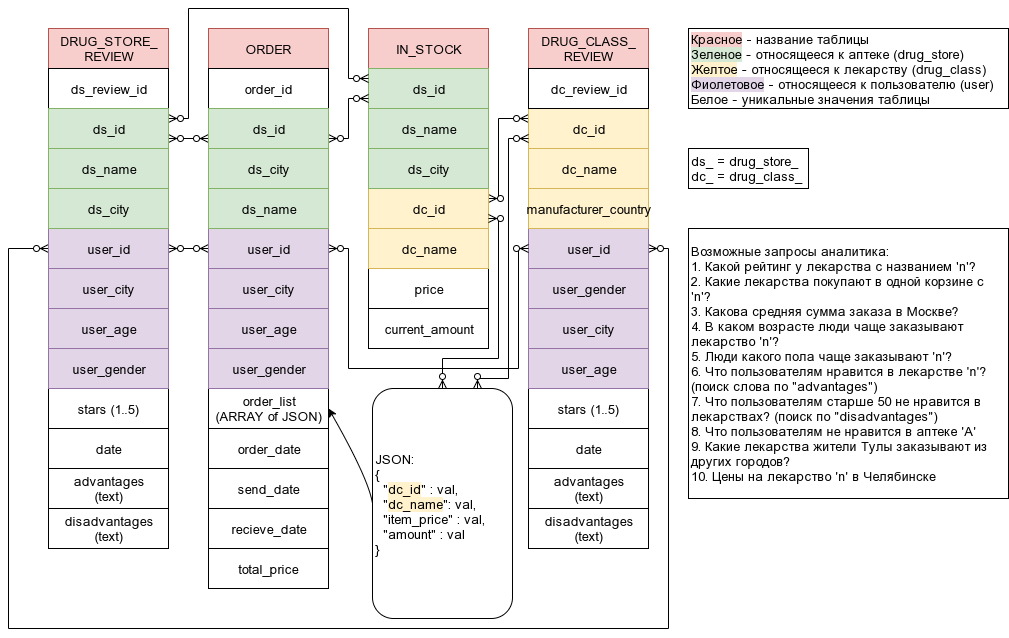
lebedev-nikita/SQL_homework keeps this draw.io diagram as Homework/Drug_store_v3.png. Above is the earlier version. Source tidied: cells renumbered, new cells last; positions are measured from the earlier drawing's top-left corner, leaving out a move shared by most shapes.
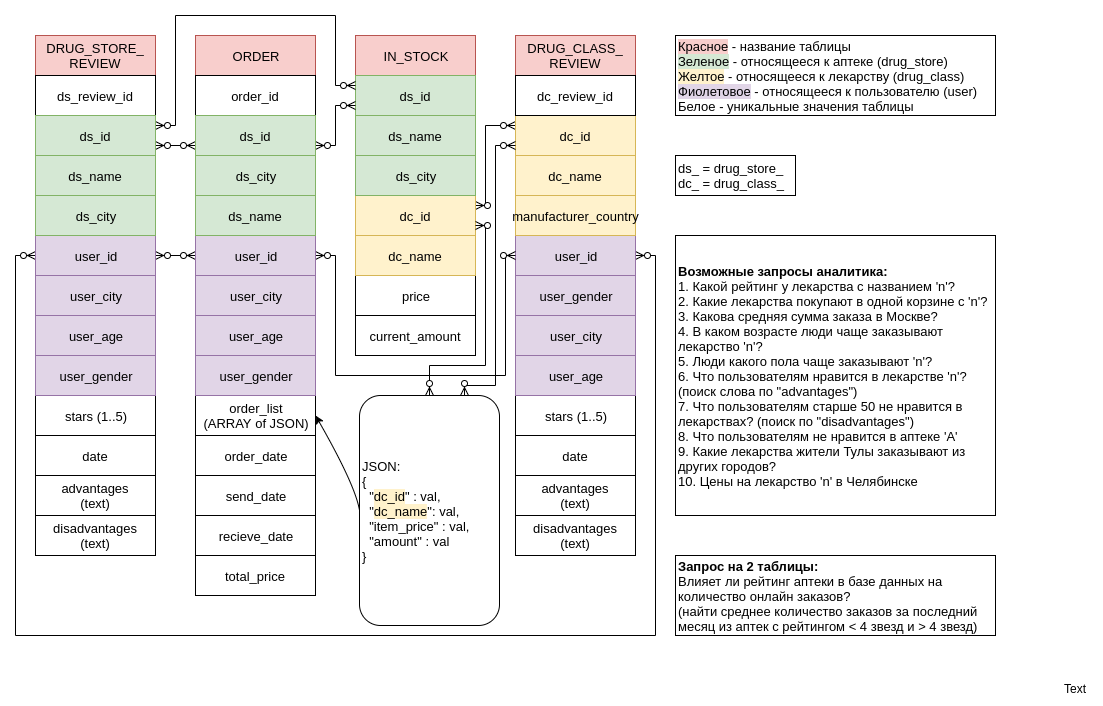
Above is the later version.

Diff of the diagram source:
```diff
@@ -34,8 +34,8 @@
     <mxCell id="10" style="edgeStyle=orthogonalEdgeStyle;rounded=0;jettySize=auto;html=1;exitX=0;exitY=0.5;exitDx=0;exitDy=0;entryX=1;entryY=0.5;entryDx=0;entryDy=0;startArrow=ERzeroToMany;startFill=1;endArrow=ERzeroToMany;endFill=1;fontSize=13;" parent="1" edge="1" source="11" target="17">
       <mxGeometry relative="1" as="geometry">
         <Array as="points">
-          <mxPoint y="240" />
-          <mxPoint y="620" />
+          <mxPoint x="20" y="240" />
+          <mxPoint x="20" y="620" />
           <mxPoint x="660" y="620" />
           <mxPoint x="660" y="240" />
         </Array>
@@ -191,8 +191,8 @@
     <mxCell id="50" value="user_gender" style="rounded=0;whiteSpace=wrap;html=1;fillColor=#e1d5e7;strokeColor=#9673a6;fontSize=13;" parent="1" vertex="1">
       <mxGeometry x="520" y="260" width="120" height="40" as="geometry" />
     </mxCell>
-    <mxCell id="51" value="Возможные запросы аналитика:&lt;br style=&quot;font-size: 13px;&quot;&gt;1. Какой рейтинг у лекарства с названием 'n'?&lt;br style=&quot;font-size: 13px;&quot;&gt;2. Какие лекарства покупают в одной корзине c 'n'?&lt;br style=&quot;font-size: 13px;&quot;&gt;3. Какова средняя сумма заказа в Москве?&lt;br style=&quot;font-size: 13px;&quot;&gt;4. В каком возрасте люди чаще заказывают лекарство 'n'?&lt;br style=&quot;font-size: 13px;&quot;&gt;5. Люди какого пола чаще заказывают 'n'?&lt;br style=&quot;font-size: 13px;&quot;&gt;6. Что пользователям нравится в лекарстве 'n'?&lt;br style=&quot;font-size: 13px;&quot;&gt;(поиск слова по &quot;advantages&quot;)&lt;br style=&quot;font-size: 13px;&quot;&gt;7. Что пользователям старше 50 не нравится в лекарствах? (поиск по &quot;disadvantages&quot;)&lt;br style=&quot;font-size: 13px;&quot;&gt;8. Что пользователям не нравится в аптеке 'A'&lt;br style=&quot;font-size: 13px;&quot;&gt;9. Какие лекарства жители Тулы заказывают из других городов?&lt;br style=&quot;font-size: 13px;&quot;&gt;10. Цены на лекарство 'n' в Челябинске" style="rounded=0;whiteSpace=wrap;html=1;align=left;fontSize=13;" parent="1" vertex="1">
-      <mxGeometry x="680" y="220" width="320" height="270" as="geometry" />
+    <mxCell id="51" value="&lt;b&gt;Возможные запросы аналитика:&lt;/b&gt;&lt;br style=&quot;font-size: 13px&quot;&gt;1. Какой рейтинг у лекарства с названием 'n'?&lt;br style=&quot;font-size: 13px&quot;&gt;2. Какие лекарства покупают в одной корзине c 'n'?&lt;br style=&quot;font-size: 13px&quot;&gt;3. Какова средняя сумма заказа в Москве?&lt;br style=&quot;font-size: 13px&quot;&gt;4. В каком возрасте люди чаще заказывают лекарство 'n'?&lt;br style=&quot;font-size: 13px&quot;&gt;5. Люди какого пола чаще заказывают 'n'?&lt;br style=&quot;font-size: 13px&quot;&gt;6. Что пользователям нравится в лекарстве 'n'?&lt;br style=&quot;font-size: 13px&quot;&gt;(поиск слова по &quot;advantages&quot;)&lt;br style=&quot;font-size: 13px&quot;&gt;7. Что пользователям старше 50 не нравится в лекарствах? (поиск по &quot;disadvantages&quot;)&lt;br style=&quot;font-size: 13px&quot;&gt;8. Что пользователям не нравится в аптеке 'A'&lt;br style=&quot;font-size: 13px&quot;&gt;9. Какие лекарства жители Тулы заказывают из других городов?&lt;br style=&quot;font-size: 13px&quot;&gt;10. Цены на лекарство 'n' в Челябинске" style="rounded=0;whiteSpace=wrap;html=1;align=left;fontSize=13;" parent="1" vertex="1">
+      <mxGeometry x="680" y="220" width="320" height="280" as="geometry" />
     </mxCell>
     <mxCell id="52" value="ds_city" style="rounded=0;whiteSpace=wrap;html=1;fillColor=#d5e8d4;strokeColor=#82b366;fontSize=13;" parent="1" vertex="1">
       <mxGeometry x="200" y="140" width="120" height="40" as="geometry" />
@@ -230,5 +230,11 @@
     <mxCell id="63" value="&lt;span style=&quot;background-color: rgb(248, 206, 204); font-size: 13px;&quot;&gt;Красное&lt;/span&gt; - название таблицы&lt;br style=&quot;font-size: 13px;&quot;&gt;&lt;span style=&quot;background-color: rgb(213, 232, 212); font-size: 13px;&quot;&gt;Зеленое&lt;/span&gt; - относящееся к аптеке (drug_store)&lt;br style=&quot;font-size: 13px;&quot;&gt;&lt;span style=&quot;background-color: rgb(255, 242, 204); font-size: 13px;&quot;&gt;Желтое&lt;/span&gt; - относящееся к лекарству (drug_class)&lt;br style=&quot;font-size: 13px;&quot;&gt;&lt;span style=&quot;background-color: rgb(225, 213, 231); font-size: 13px;&quot;&gt;Фиолетовое&lt;/span&gt; - относящееся к пользователю (user)&lt;br style=&quot;font-size: 13px;&quot;&gt;Белое - уникальные значения таблицы" style="rounded=0;whiteSpace=wrap;html=1;align=left;fontSize=13;" parent="1" vertex="1">
       <mxGeometry x="680" y="20" width="320" height="80" as="geometry" />
     </mxCell>
+    <mxCell id="64" value="&lt;b&gt;Запрос на 2 таблицы:&amp;nbsp;&lt;/b&gt;&lt;br&gt;Влияет ли рейтинг аптеки в базе данных на количество онлайн заказов?&lt;br&gt;(найти среднее количество заказов за последний месяц&amp;nbsp;из аптек с рейтингом &amp;lt; 4 звезд и &amp;gt; 4 звезд)" style="rounded=0;whiteSpace=wrap;html=1;align=left;fontSize=13;" parent="1" vertex="1">
+      <mxGeometry x="680" y="540" width="320" height="80" as="geometry" />
+    </mxCell>
+    <mxCell id="65" value="Text" style="text;html=1;align=center;verticalAlign=middle;" parent="1" vertex="1">
+      <mxGeometry x="1060" y="663" width="40" height="20" as="geometry" />
+    </mxCell>
   </root>
 </mxGraphModel>
```
